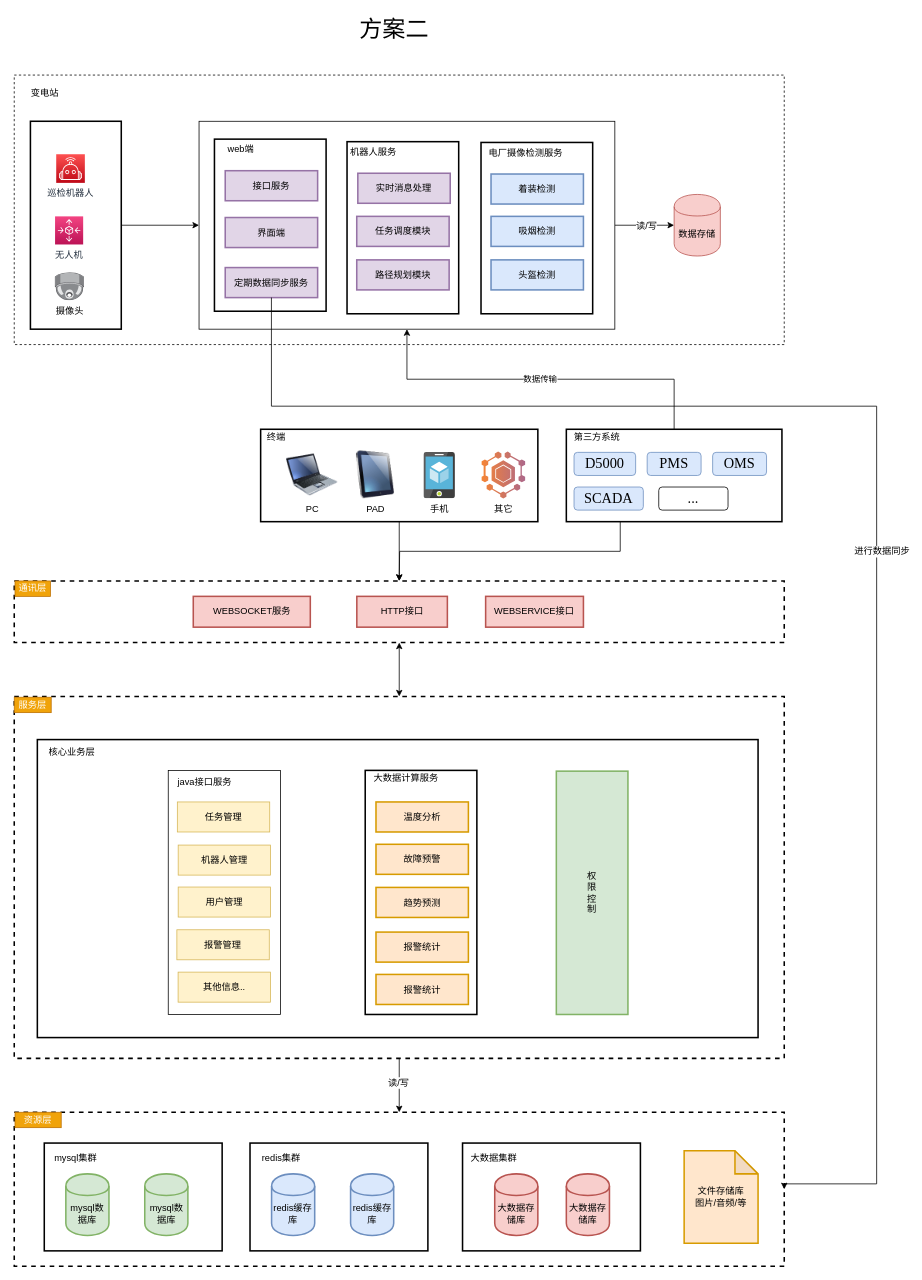
Before: ydrobot-framework-v2.1.drawio in wangyufei0807/draw, a draw.io diagram. Source tidied: cells renumbered, new cells numbered last; positions are measured from the earlier drawing's top-left corner, leaving out a move shared by most shapes. Both pictures are drawn from the tidied source at 77%, with x=0, y=0 at pixel (14, 13).
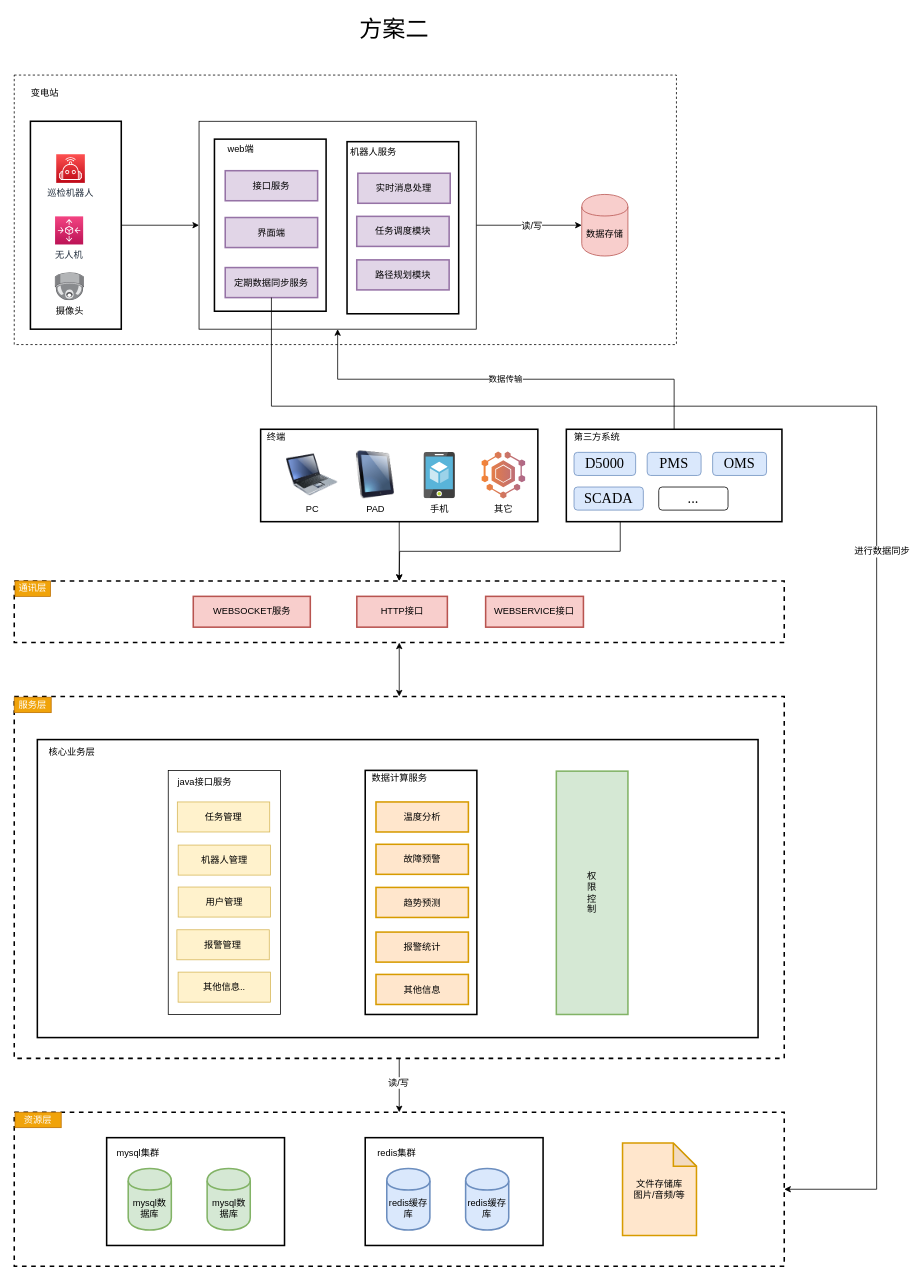
The same page after the edit.

Unchanged cells that the change refers to:
```xml
<mxCell id="85" value="定期数据同步服务" style="rounded=0;whiteSpace=wrap;html=1;labelBackgroundColor=none;strokeWidth=2;fillColor=#e1d5e7;strokeColor=#9673a6;" parent="1" vertex="1">
  <mxGeometry x="274" y="330" width="120" height="39" as="geometry" />
</mxCell>
```

What changed in the source:
```diff
@@
+    <mxCell id="10" style="rounded=0;whiteSpace=wrap;html=1;labelBackgroundColor=none;strokeWidth=2;fillColor=none;dashed=1;" parent="1" vertex="1">
+      <mxGeometry y="1427" width="1000" height="200" as="geometry" />
+    </mxCell>
     <mxCell id="2" style="rounded=0;whiteSpace=wrap;html=1;dashed=1;" parent="1" vertex="1">
-      <mxGeometry y="80" width="1000" height="350" as="geometry" />
+      <mxGeometry y="80" width="860" height="350" as="geometry" />
     </mxCell>
@@
     <mxCell id="5" style="rounded=0;whiteSpace=wrap;html=1;" parent="1" vertex="1">
-      <mxGeometry x="240" y="140" width="540" height="270" as="geometry" />
+      <mxGeometry x="240" y="140" width="360" height="270" as="geometry" />
     </mxCell>
@@
-    <mxCell id="9" style="rounded=0;whiteSpace=wrap;html=1;labelBackgroundColor=none;strokeWidth=2;fillColor=none;" parent="1" vertex="1">
-      <mxGeometry x="582.2" y="1467" width="231" height="140" as="geometry" />
-    </mxCell>
-    <mxCell id="10" style="rounded=0;whiteSpace=wrap;html=1;labelBackgroundColor=none;strokeWidth=2;fillColor=none;dashed=1;" parent="1" vertex="1">
-      <mxGeometry y="1427" width="1000" height="200" as="geometry" />
-    </mxCell>
     <mxCell id="11" style="rounded=0;whiteSpace=wrap;html=1;labelBackgroundColor=none;strokeWidth=2;fillColor=none;" parent="1" vertex="1">
-      <mxGeometry x="39" y="1467" width="231" height="140" as="geometry" />
+      <mxGeometry x="120" y="1460" width="231" height="140" as="geometry" />
     </mxCell>
@@
     <mxCell id="36" value="mysql数据库" style="shape=cylinder;whiteSpace=wrap;html=1;boundedLbl=1;backgroundOutline=1;labelBackgroundColor=none;strokeWidth=2;fillColor=#d5e8d4;strokeColor=#82b366;" parent="1" vertex="1">
-      <mxGeometry x="67" y="1507" width="56" height="80" as="geometry" />
+      <mxGeometry x="148" y="1500" width="56" height="80" as="geometry" />
     </mxCell>
     <mxCell id="37" value="文件存储库&lt;br&gt;图片/音频/等" style="shape=note;whiteSpace=wrap;html=1;backgroundOutline=1;darkOpacity=0.05;labelBackgroundColor=none;strokeWidth=2;fillColor=#ffe6cc;strokeColor=#d79b00;" parent="1" vertex="1">
-      <mxGeometry x="870" y="1477" width="96" height="120" as="geometry" />
+      <mxGeometry x="790" y="1467" width="96" height="120" as="geometry" />
     </mxCell>
-    <mxCell id="38" value="大数据存储库" style="shape=cylinder;whiteSpace=wrap;html=1;boundedLbl=1;backgroundOutline=1;labelBackgroundColor=none;strokeWidth=2;fillColor=#f8cecc;strokeColor=#b85450;" parent="1" vertex="1">
-      <mxGeometry x="624" y="1507" width="56" height="80" as="geometry" />
-    </mxCell>
@@
-    <mxCell id="50" value="大数据计算服务" style="text;html=1;strokeColor=none;fillColor=none;align=center;verticalAlign=middle;whiteSpace=wrap;rounded=0;labelBackgroundColor=none;" parent="1" vertex="1">
-      <mxGeometry x="461.2" y="983" width="96.2" height="20" as="geometry" />
+    <mxCell id="50" value="数据计算服务" style="text;html=1;strokeColor=none;fillColor=none;align=center;verticalAlign=middle;whiteSpace=wrap;rounded=0;labelBackgroundColor=none;" parent="1" vertex="1">
+      <mxGeometry x="461.2" y="983" width="78.8" height="20" as="geometry" />
     </mxCell>
@@
-    <mxCell id="55" style="rounded=0;whiteSpace=wrap;html=1;labelBackgroundColor=none;strokeWidth=2;fillColor=none;" parent="1" vertex="1">
-      <mxGeometry x="606.2" y="167.5" width="145" height="222.5" as="geometry" />
-    </mxCell>
-    <mxCell id="56" value="电厂摄像检测服务" style="text;html=1;strokeColor=none;fillColor=none;align=center;verticalAlign=middle;whiteSpace=wrap;rounded=0;labelBackgroundColor=none;" parent="1" vertex="1">
-      <mxGeometry x="611.8" y="170.5" width="104.5" height="20" as="geometry" />
-    </mxCell>
-    <mxCell id="57" value="头盔检测" style="rounded=0;whiteSpace=wrap;html=1;labelBackgroundColor=none;strokeWidth=2;fillColor=#dae8fc;strokeColor=#6c8ebf;" parent="1" vertex="1">
-      <mxGeometry x="619.2" y="320" width="120" height="39" as="geometry" />
-    </mxCell>
-    <mxCell id="58" value="着装检测" style="rounded=0;whiteSpace=wrap;html=1;labelBackgroundColor=none;strokeWidth=2;fillColor=#dae8fc;strokeColor=#6c8ebf;" parent="1" vertex="1">
-      <mxGeometry x="619.2" y="208.5" width="120" height="39" as="geometry" />
-    </mxCell>
-    <mxCell id="59" value="吸烟检测" style="rounded=0;whiteSpace=wrap;html=1;labelBackgroundColor=none;strokeWidth=2;fillColor=#dae8fc;strokeColor=#6c8ebf;" parent="1" vertex="1">
-      <mxGeometry x="619.2" y="263.5" width="120" height="39" as="geometry" />
-    </mxCell>
@@
     <mxCell id="62" value="mysql集群" style="text;html=1;strokeColor=none;fillColor=none;align=center;verticalAlign=middle;whiteSpace=wrap;rounded=0;labelBackgroundColor=none;" parent="1" vertex="1">
-      <mxGeometry x="40" y="1477" width="80" height="20" as="geometry" />
+      <mxGeometry x="121" y="1470" width="80" height="20" as="geometry" />
     </mxCell>
     <mxCell id="63" value="mysql数据库" style="shape=cylinder;whiteSpace=wrap;html=1;boundedLbl=1;backgroundOutline=1;labelBackgroundColor=none;strokeWidth=2;fillColor=#d5e8d4;strokeColor=#82b366;" parent="1" vertex="1">
-      <mxGeometry x="169.5" y="1507" width="56" height="80" as="geometry" />
+      <mxGeometry x="250.5" y="1500" width="56" height="80" as="geometry" />
     </mxCell>
     <mxCell id="64" style="rounded=0;whiteSpace=wrap;html=1;labelBackgroundColor=none;strokeWidth=2;fillColor=none;" parent="1" vertex="1">
-      <mxGeometry x="306.2" y="1467" width="231" height="140" as="geometry" />
+      <mxGeometry x="455.8" y="1460" width="231" height="140" as="geometry" />
     </mxCell>
     <mxCell id="65" value="redis缓存库" style="shape=cylinder;whiteSpace=wrap;html=1;boundedLbl=1;backgroundOutline=1;labelBackgroundColor=none;strokeWidth=2;fillColor=#dae8fc;strokeColor=#6c8ebf;" parent="1" vertex="1">
-      <mxGeometry x="334.2" y="1507" width="56" height="80" as="geometry" />
+      <mxGeometry x="483.8" y="1500" width="56" height="80" as="geometry" />
     </mxCell>
     <mxCell id="66" value="redis集群" style="text;html=1;strokeColor=none;fillColor=none;align=center;verticalAlign=middle;whiteSpace=wrap;rounded=0;labelBackgroundColor=none;" parent="1" vertex="1">
-      <mxGeometry x="307.2" y="1477" width="80" height="20" as="geometry" />
+      <mxGeometry x="456.8" y="1470" width="80" height="20" as="geometry" />
     </mxCell>
     <mxCell id="67" value="redis缓存库" style="shape=cylinder;whiteSpace=wrap;html=1;boundedLbl=1;backgroundOutline=1;labelBackgroundColor=none;strokeWidth=2;fillColor=#dae8fc;strokeColor=#6c8ebf;" parent="1" vertex="1">
-      <mxGeometry x="436.8" y="1507" width="56" height="80" as="geometry" />
+      <mxGeometry x="586.2" y="1500" width="56" height="80" as="geometry" />
     </mxCell>
-    <mxCell id="68" value="大数据集群" style="text;html=1;strokeColor=none;fillColor=none;align=center;verticalAlign=middle;whiteSpace=wrap;rounded=0;labelBackgroundColor=none;" parent="1" vertex="1">
-      <mxGeometry x="583.2" y="1477" width="80" height="20" as="geometry" />
-    </mxCell>
-    <mxCell id="69" value="大数据存储库" style="shape=cylinder;whiteSpace=wrap;html=1;boundedLbl=1;backgroundOutline=1;labelBackgroundColor=none;strokeWidth=2;fillColor=#f8cecc;strokeColor=#b85450;" parent="1" vertex="1">
-      <mxGeometry x="717" y="1507" width="56" height="80" as="geometry" />
-    </mxCell>
@@
-    <mxCell id="79" value="报警统计" style="rounded=0;whiteSpace=wrap;html=1;labelBackgroundColor=none;strokeWidth=2;fillColor=#ffe6cc;strokeColor=#d79b00;" parent="1" vertex="1">
+    <mxCell id="79" value="其他信息" style="rounded=0;whiteSpace=wrap;html=1;labelBackgroundColor=none;strokeWidth=2;fillColor=#ffe6cc;strokeColor=#d79b00;" parent="1" vertex="1">
       <mxGeometry x="469.8" y="1248" width="120" height="39" as="geometry" />
     </mxCell>
@@
     <mxCell id="86" style="edgeStyle=orthogonalEdgeStyle;rounded=0;jettySize=auto;html=1;exitX=0.5;exitY=1;exitDx=0;exitDy=0;entryX=1;entryY=0.5;entryDx=0;entryDy=0;" parent="1" edge="1" source="85" target="10">
       <mxGeometry relative="1" as="geometry">
         <Array as="points">
           <mxPoint x="334" y="510" />
           <mxPoint x="1120" y="510" />
-          <mxPoint x="1120" y="1520" />
-          <mxPoint x="1000" y="1520" />
+          <mxPoint x="1120" y="1527" />
         </Array>
       </mxGeometry>
     </mxCell>
@@
     <mxCell id="88" value="数据存储" style="shape=cylinder;whiteSpace=wrap;html=1;boundedLbl=1;backgroundOutline=1;fillColor=#f8cecc;strokeColor=#b85450;" parent="1" vertex="1">
-      <mxGeometry x="857" y="235" width="60" height="80" as="geometry" />
+      <mxGeometry x="737" y="235" width="60" height="80" as="geometry" />
     </mxCell>
```
